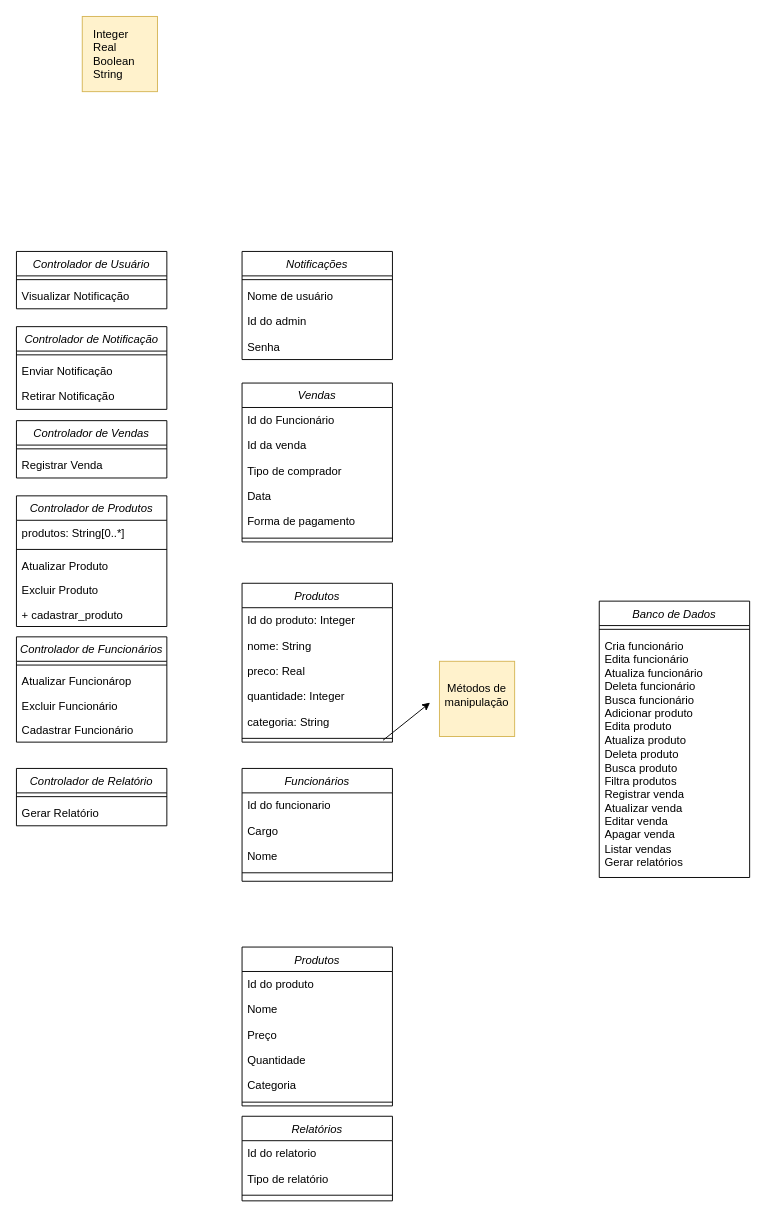
Above: Diagrama de Classe.drawio in belleruivo/cantina-fatore (draw.io), before the change. Source tidied: cells renumbered, new cells numbered last; positions are measured from the earlier drawing's top-left corner, leaving out a move shared by most shapes. Both pictures are drawn from the tidied source at 94%, with x=0, y=0 at pixel (16, 16).
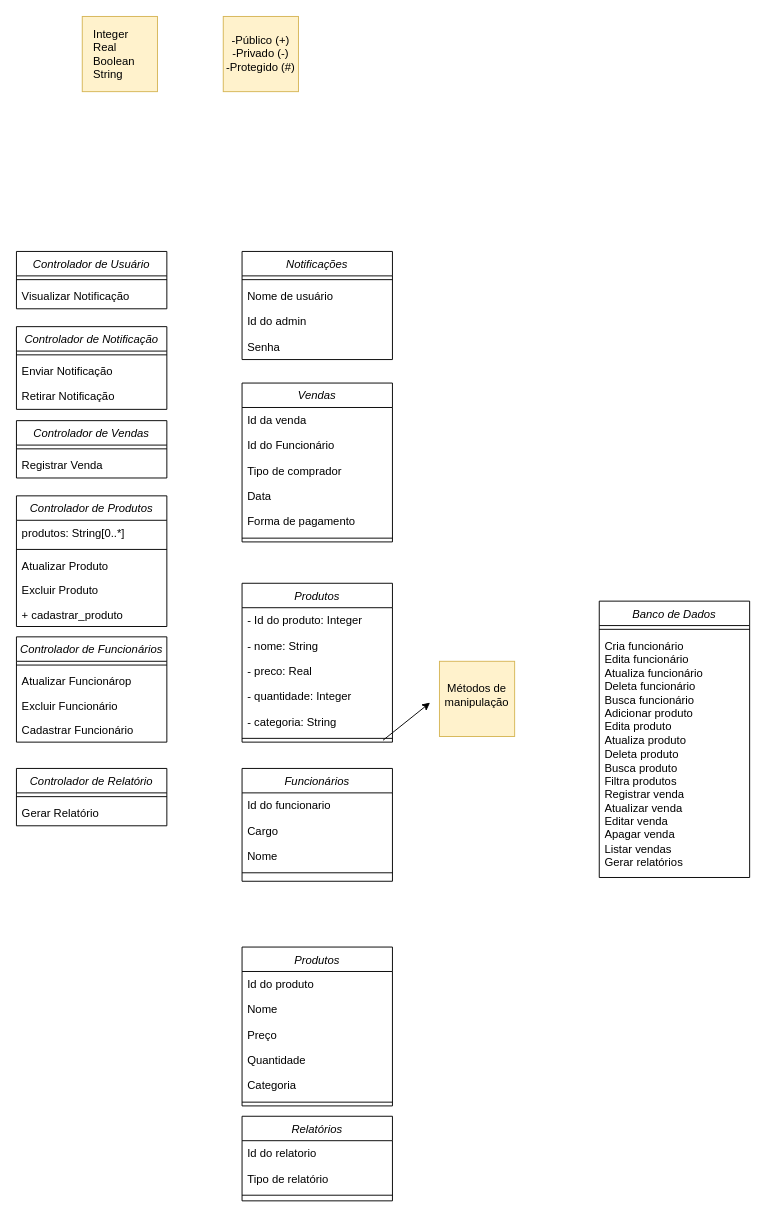
The same diagram, later.

Unchanged cells that the change refers to:
```xml
<mxCell id="31" value="Vendas" style="swimlane;fontStyle=2;align=center;verticalAlign=top;horizontal=1;startSize=26;rounded=0;shadow=0;strokeWidth=1;" parent="1" vertex="1">
  <mxGeometry x="240" y="390" width="160" height="169" as="geometry" />
</mxCell>
<mxCell id="38" value="Produtos" style="swimlane;fontStyle=2;align=center;verticalAlign=top;horizontal=1;startSize=26;rounded=0;shadow=0;strokeWidth=1;" parent="1" vertex="1">
  <mxGeometry x="240" y="603" width="160" height="169" as="geometry" />
</mxCell>
```

Diff of the diagram source:
```diff
@@
+    <mxCell id="33" value="Id da venda" style="text;strokeColor=none;fillColor=none;align=left;verticalAlign=top;spacingLeft=4;spacingRight=4;overflow=hidden;" parent="31" vertex="1">
+      <mxGeometry y="26" width="160" height="27" as="geometry" />
+    </mxCell>
     <mxCell id="32" value="Id do Funcionário" style="text;strokeColor=none;fillColor=none;align=left;verticalAlign=top;spacingLeft=4;spacingRight=4;overflow=hidden;" parent="31" vertex="1">
-      <mxGeometry y="26" width="160" height="27" as="geometry" />
+      <mxGeometry y="53" width="160" height="27" as="geometry" />
     </mxCell>
-    <mxCell id="33" value="Id da venda" style="text;strokeColor=none;fillColor=none;align=left;verticalAlign=top;spacingLeft=4;spacingRight=4;overflow=hidden;" parent="31" vertex="1">
-      <mxGeometry y="53" width="160" height="27" as="geometry" />
-    </mxCell>
@@
-    <mxCell id="39" value="Id do produto: Integer" style="text;strokeColor=none;fillColor=none;align=left;verticalAlign=top;spacingLeft=4;spacingRight=4;overflow=hidden;" parent="38" vertex="1">
+    <mxCell id="39" value="- Id do produto: Integer" style="text;strokeColor=none;fillColor=none;align=left;verticalAlign=top;spacingLeft=4;spacingRight=4;overflow=hidden;" parent="38" vertex="1">
       <mxGeometry y="26" width="160" height="27" as="geometry" />
     </mxCell>
-    <mxCell id="40" value="nome: String" style="text;strokeColor=none;fillColor=none;align=left;verticalAlign=top;spacingLeft=4;spacingRight=4;overflow=hidden;" parent="38" vertex="1">
+    <mxCell id="40" value="- nome: String" style="text;strokeColor=none;fillColor=none;align=left;verticalAlign=top;spacingLeft=4;spacingRight=4;overflow=hidden;" parent="38" vertex="1">
       <mxGeometry y="53" width="160" height="27" as="geometry" />
     </mxCell>
-    <mxCell id="41" value="preco: Real" style="text;strokeColor=none;fillColor=none;align=left;verticalAlign=top;spacingLeft=4;spacingRight=4;overflow=hidden;" parent="38" vertex="1">
+    <mxCell id="41" value="- preco: Real" style="text;strokeColor=none;fillColor=none;align=left;verticalAlign=top;spacingLeft=4;spacingRight=4;overflow=hidden;" parent="38" vertex="1">
       <mxGeometry y="80" width="160" height="27" as="geometry" />
     </mxCell>
@@
-    <mxCell id="43" value="quantidade: Integer" style="text;strokeColor=none;fillColor=none;align=left;verticalAlign=top;spacingLeft=4;spacingRight=4;overflow=hidden;" parent="38" vertex="1">
+    <mxCell id="43" value="- quantidade: Integer" style="text;strokeColor=none;fillColor=none;align=left;verticalAlign=top;spacingLeft=4;spacingRight=4;overflow=hidden;" parent="38" vertex="1">
       <mxGeometry y="107" width="160" height="27" as="geometry" />
     </mxCell>
-    <mxCell id="44" value="categoria: String" style="text;strokeColor=none;fillColor=none;align=left;verticalAlign=top;spacingLeft=4;spacingRight=4;overflow=hidden;" parent="38" vertex="1">
+    <mxCell id="44" value="- categoria: String" style="text;strokeColor=none;fillColor=none;align=left;verticalAlign=top;spacingLeft=4;spacingRight=4;overflow=hidden;" parent="38" vertex="1">
       <mxGeometry y="134" width="160" height="27" as="geometry" />
     </mxCell>
@@
+    <mxCell id="69" style="whiteSpace=wrap;html=1;fillColor=#fff2cc;strokeColor=#d6b656;" parent="1" vertex="1">
+      <mxGeometry x="220" width="80" height="80" as="geometry" />
+    </mxCell>
+    <mxCell id="70" value="-Público (+)&lt;br&gt;-Privado (-)&lt;br&gt;-Protegido (#)" style="text;html=1;align=center;verticalAlign=middle;whiteSpace=wrap;rounded=0;" parent="1" vertex="1">
+      <mxGeometry x="220" width="80" height="80" as="geometry" />
+    </mxCell>
```
